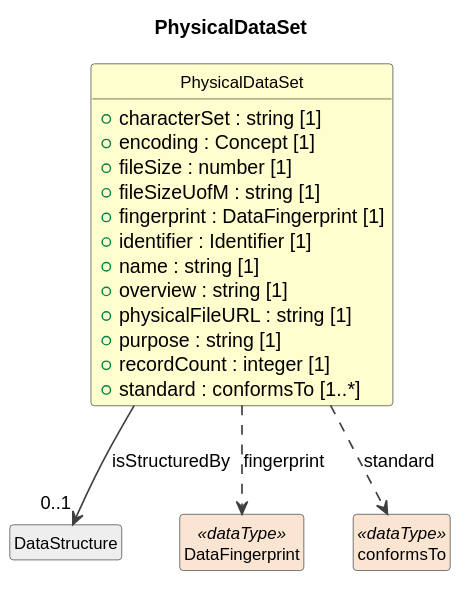
Above: cdif-uml-model/CDIFDataStructure/Classes/PhysicalDataSet.svg in Cross-Domain-Interoperability-Framework/metadataBuildingBlocks (PlantUML), before the change.
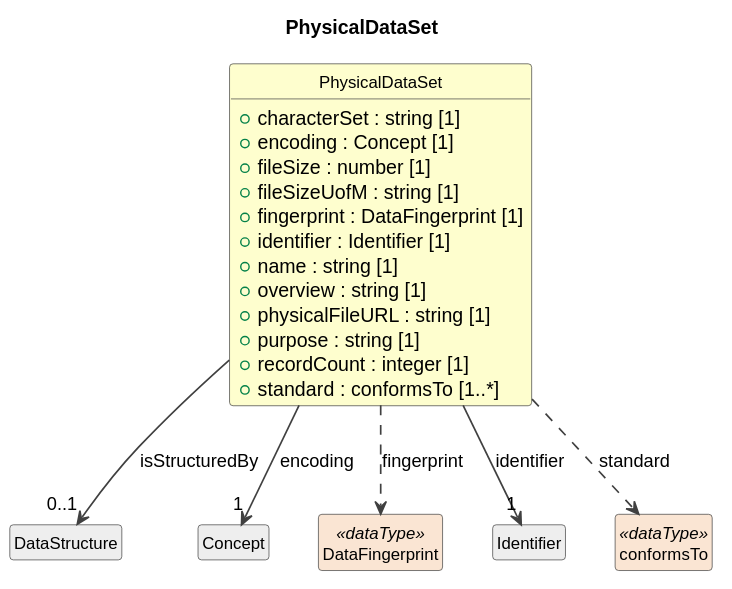
Later version of the same file.

The edit, as a diff of the source:
```diff
@@ -26,8 +26,12 @@
 }
 class "DataStructure" as DataStructure #EEEEEE
 PhysicalDataSet --> "0..1" DataStructure : isStructuredBy
+class "Concept" as Concept #EEEEEE
+PhysicalDataSet --> "1" Concept : encoding
 class "DataFingerprint" as DataFingerprint <<dataType>> #FAE5D3
 PhysicalDataSet ..> DataFingerprint : fingerprint
+class "Identifier" as Identifier #EEEEEE
+PhysicalDataSet --> "1" Identifier : identifier
 class "conformsTo" as conformsTo <<dataType>> #FAE5D3
 PhysicalDataSet ..> conformsTo : standard
 @enduml
```
